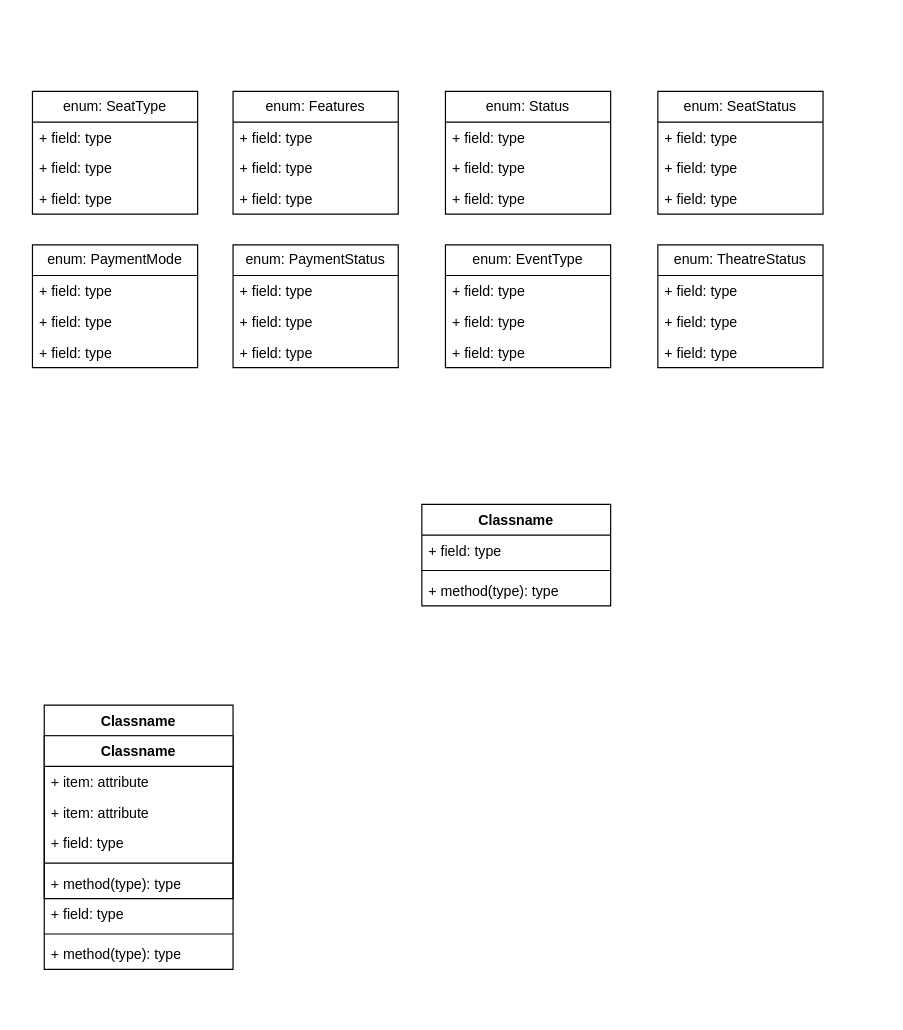
Before: BookMySHow.drawio in surajnaik90/Architectures-Designs, a draw.io diagram. Source tidied: cells renumbered, new cells numbered last; positions are measured from the earlier drawing's top-left corner, leaving out a move shared by most shapes. Both pictures are drawn from the tidied source at 118%, with x=0, y=0 at pixel (32, 91).
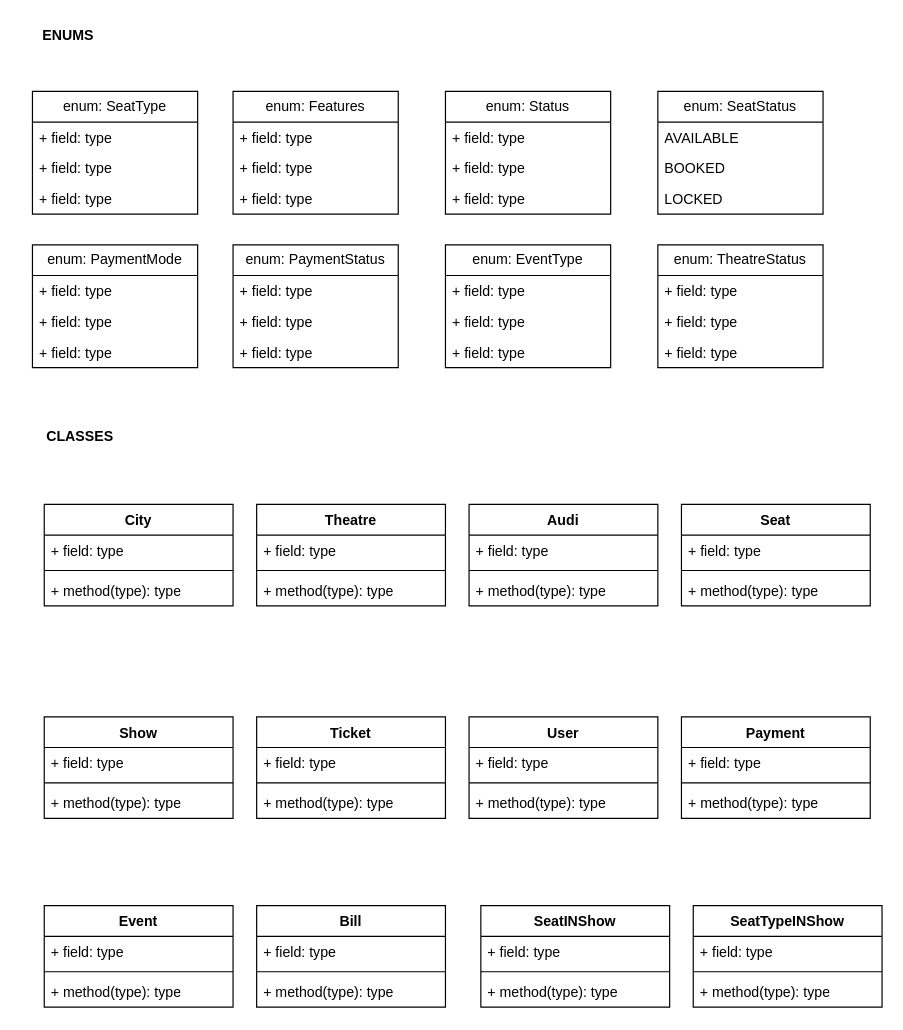
The same page after the edit.

Unchanged cells that the change refers to:
```xml
<mxCell id="28" value="enum: SeatStatus" style="swimlane;fontStyle=0;horizontal=1;startSize=26;fillColor=none;whiteSpace=wrap;html=1;" parent="1" vertex="1">
  <mxGeometry x="530" width="140" height="104" as="geometry" />
</mxCell>
```

Change to the diagram source:
```diff
@@
-    <mxCell id="2" value="Classname" style="swimlane;fontStyle=1;align=center;verticalAlign=top;horizontal=1;startSize=26;whiteSpace=wrap;html=1;" parent="1" vertex="1">
-      <mxGeometry x="330" y="350" width="160" height="86" as="geometry" />
+    <mxCell id="2" value="Theatre" style="swimlane;fontStyle=1;align=center;verticalAlign=top;horizontal=1;startSize=26;whiteSpace=wrap;html=1;" parent="1" vertex="1">
+      <mxGeometry x="190" y="350" width="160" height="86" as="geometry" />
     </mxCell>
@@
-    <mxCell id="10" value="Classname" style="swimlane;fontStyle=1;align=center;verticalAlign=top;horizontal=1;startSize=26;whiteSpace=wrap;html=1;" parent="1" vertex="1">
-      <mxGeometry x="10" y="520" width="160" height="224" as="geometry" />
-    </mxCell>
-    <mxCell id="11" value="Classname" style="swimlane;fontStyle=1;align=center;verticalAlign=top;horizontal=1;startSize=26;whiteSpace=wrap;html=1;" parent="10" vertex="1">
-      <mxGeometry y="26" width="160" height="138" as="geometry" />
-    </mxCell>
-    <mxCell id="12" value="+ item: attribute" style="text;strokeColor=none;fillColor=none;align=left;verticalAlign=top;spacingLeft=4;spacingRight=4;overflow=hidden;whiteSpace=wrap;html=1;" parent="11" vertex="1">
-      <mxGeometry y="26" width="160" height="26" as="geometry" />
-    </mxCell>
-    <mxCell id="13" value="+ item: attribute" style="text;strokeColor=none;fillColor=none;align=left;verticalAlign=top;spacingLeft=4;spacingRight=4;overflow=hidden;whiteSpace=wrap;html=1;" parent="11" vertex="1">
-      <mxGeometry y="52" width="160" height="26" as="geometry" />
-    </mxCell>
-    <mxCell id="14" value="+ field: type" style="text;strokeColor=none;fillColor=none;align=left;verticalAlign=top;spacingLeft=4;spacingRight=4;overflow=hidden;whiteSpace=wrap;html=1;" parent="11" vertex="1">
-      <mxGeometry y="78" width="160" height="26" as="geometry" />
-    </mxCell>
-    <mxCell id="15" style="line;strokeWidth=1;fillColor=none;align=left;verticalAlign=middle;spacingTop=-1;spacingLeft=3;spacingRight=3;labelPosition=right;strokeColor=inherit;" parent="11" vertex="1">
-      <mxGeometry y="104" width="160" height="8" as="geometry" />
-    </mxCell>
-    <mxCell id="16" value="+ method(type): type" style="text;strokeColor=none;fillColor=none;align=left;verticalAlign=top;spacingLeft=4;spacingRight=4;overflow=hidden;whiteSpace=wrap;html=1;" parent="11" vertex="1">
-      <mxGeometry y="112" width="160" height="26" as="geometry" />
-    </mxCell>
-    <mxCell id="17" value="+ field: type" style="text;strokeColor=none;fillColor=none;align=left;verticalAlign=top;spacingLeft=4;spacingRight=4;overflow=hidden;whiteSpace=wrap;html=1;" parent="10" vertex="1">
-      <mxGeometry y="164" width="160" height="26" as="geometry" />
-    </mxCell>
-    <mxCell id="18" style="line;strokeWidth=1;fillColor=none;align=left;verticalAlign=middle;spacingTop=-1;spacingLeft=3;spacingRight=3;labelPosition=right;strokeColor=inherit;" parent="10" vertex="1">
-      <mxGeometry y="190" width="160" height="8" as="geometry" />
-    </mxCell>
-    <mxCell id="19" value="+ method(type): type" style="text;strokeColor=none;fillColor=none;align=left;verticalAlign=top;spacingLeft=4;spacingRight=4;overflow=hidden;whiteSpace=wrap;html=1;" parent="10" vertex="1">
-      <mxGeometry y="198" width="160" height="26" as="geometry" />
-    </mxCell>
@@
-    <mxCell id="29" value="+ field: type" style="text;strokeColor=none;fillColor=none;align=left;verticalAlign=top;spacingLeft=4;spacingRight=4;overflow=hidden;whiteSpace=wrap;html=1;" parent="28" vertex="1">
+    <mxCell id="29" value="AVAILABLE" style="text;strokeColor=none;fillColor=none;align=left;verticalAlign=top;spacingLeft=4;spacingRight=4;overflow=hidden;whiteSpace=wrap;html=1;" parent="28" vertex="1">
       <mxGeometry y="26" width="140" height="26" as="geometry" />
     </mxCell>
-    <mxCell id="30" value="+ field: type" style="text;strokeColor=none;fillColor=none;align=left;verticalAlign=top;spacingLeft=4;spacingRight=4;overflow=hidden;whiteSpace=wrap;html=1;" parent="28" vertex="1">
+    <mxCell id="30" value="BOOKED" style="text;strokeColor=none;fillColor=none;align=left;verticalAlign=top;spacingLeft=4;spacingRight=4;overflow=hidden;whiteSpace=wrap;html=1;" parent="28" vertex="1">
       <mxGeometry y="52" width="140" height="26" as="geometry" />
     </mxCell>
-    <mxCell id="31" value="+ field: type" style="text;strokeColor=none;fillColor=none;align=left;verticalAlign=top;spacingLeft=4;spacingRight=4;overflow=hidden;whiteSpace=wrap;html=1;" parent="28" vertex="1">
+    <mxCell id="31" value="LOCKED" style="text;strokeColor=none;fillColor=none;align=left;verticalAlign=top;spacingLeft=4;spacingRight=4;overflow=hidden;whiteSpace=wrap;html=1;" parent="28" vertex="1">
       <mxGeometry y="78" width="140" height="26" as="geometry" />
     </mxCell>
@@
+    <mxCell id="48" value="City" style="swimlane;fontStyle=1;align=center;verticalAlign=top;horizontal=1;startSize=26;whiteSpace=wrap;html=1;" parent="1" vertex="1">
+      <mxGeometry x="10" y="350" width="160" height="86" as="geometry" />
+    </mxCell>
+    <mxCell id="49" value="+ field: type" style="text;strokeColor=none;fillColor=none;align=left;verticalAlign=top;spacingLeft=4;spacingRight=4;overflow=hidden;whiteSpace=wrap;html=1;" parent="48" vertex="1">
+      <mxGeometry y="26" width="160" height="26" as="geometry" />
+    </mxCell>
+    <mxCell id="50" style="line;strokeWidth=1;fillColor=none;align=left;verticalAlign=middle;spacingTop=-1;spacingLeft=3;spacingRight=3;labelPosition=right;strokeColor=inherit;" parent="48" vertex="1">
+      <mxGeometry y="52" width="160" height="8" as="geometry" />
+    </mxCell>
+    <mxCell id="51" value="+ method(type): type" style="text;strokeColor=none;fillColor=none;align=left;verticalAlign=top;spacingLeft=4;spacingRight=4;overflow=hidden;whiteSpace=wrap;html=1;" parent="48" vertex="1">
+      <mxGeometry y="60" width="160" height="26" as="geometry" />
+    </mxCell>
+    <mxCell id="52" value="Audi" style="swimlane;fontStyle=1;align=center;verticalAlign=top;horizontal=1;startSize=26;whiteSpace=wrap;html=1;" parent="1" vertex="1">
+      <mxGeometry x="370" y="350" width="160" height="86" as="geometry" />
+    </mxCell>
+    <mxCell id="53" value="+ field: type" style="text;strokeColor=none;fillColor=none;align=left;verticalAlign=top;spacingLeft=4;spacingRight=4;overflow=hidden;whiteSpace=wrap;html=1;" parent="52" vertex="1">
+      <mxGeometry y="26" width="160" height="26" as="geometry" />
+    </mxCell>
+    <mxCell id="54" style="line;strokeWidth=1;fillColor=none;align=left;verticalAlign=middle;spacingTop=-1;spacingLeft=3;spacingRight=3;labelPosition=right;strokeColor=inherit;" parent="52" vertex="1">
+      <mxGeometry y="52" width="160" height="8" as="geometry" />
+    </mxCell>
+    <mxCell id="55" value="+ method(type): type" style="text;strokeColor=none;fillColor=none;align=left;verticalAlign=top;spacingLeft=4;spacingRight=4;overflow=hidden;whiteSpace=wrap;html=1;" parent="52" vertex="1">
+      <mxGeometry y="60" width="160" height="26" as="geometry" />
+    </mxCell>
+    <mxCell id="56" value="Seat" style="swimlane;fontStyle=1;align=center;verticalAlign=top;horizontal=1;startSize=26;whiteSpace=wrap;html=1;" parent="1" vertex="1">
+      <mxGeometry x="550" y="350" width="160" height="86" as="geometry" />
+    </mxCell>
+    <mxCell id="57" value="+ field: type" style="text;strokeColor=none;fillColor=none;align=left;verticalAlign=top;spacingLeft=4;spacingRight=4;overflow=hidden;whiteSpace=wrap;html=1;" parent="56" vertex="1">
+      <mxGeometry y="26" width="160" height="26" as="geometry" />
+    </mxCell>
+    <mxCell id="58" style="line;strokeWidth=1;fillColor=none;align=left;verticalAlign=middle;spacingTop=-1;spacingLeft=3;spacingRight=3;labelPosition=right;strokeColor=inherit;" parent="56" vertex="1">
+      <mxGeometry y="52" width="160" height="8" as="geometry" />
+    </mxCell>
+    <mxCell id="59" value="+ method(type): type" style="text;strokeColor=none;fillColor=none;align=left;verticalAlign=top;spacingLeft=4;spacingRight=4;overflow=hidden;whiteSpace=wrap;html=1;" parent="56" vertex="1">
+      <mxGeometry y="60" width="160" height="26" as="geometry" />
+    </mxCell>
+    <mxCell id="60" value="Show" style="swimlane;fontStyle=1;align=center;verticalAlign=top;horizontal=1;startSize=26;whiteSpace=wrap;html=1;" parent="1" vertex="1">
+      <mxGeometry x="10" y="530" width="160" height="86" as="geometry" />
+    </mxCell>
+    <mxCell id="61" value="+ field: type" style="text;strokeColor=none;fillColor=none;align=left;verticalAlign=top;spacingLeft=4;spacingRight=4;overflow=hidden;whiteSpace=wrap;html=1;" parent="60" vertex="1">
+      <mxGeometry y="26" width="160" height="26" as="geometry" />
+    </mxCell>
+    <mxCell id="62" style="line;strokeWidth=1;fillColor=none;align=left;verticalAlign=middle;spacingTop=-1;spacingLeft=3;spacingRight=3;labelPosition=right;strokeColor=inherit;" parent="60" vertex="1">
+      <mxGeometry y="52" width="160" height="8" as="geometry" />
+    </mxCell>
+    <mxCell id="63" value="+ method(type): type" style="text;strokeColor=none;fillColor=none;align=left;verticalAlign=top;spacingLeft=4;spacingRight=4;overflow=hidden;whiteSpace=wrap;html=1;" parent="60" vertex="1">
+      <mxGeometry y="60" width="160" height="26" as="geometry" />
+    </mxCell>
+    <mxCell id="64" value="Ticket" style="swimlane;fontStyle=1;align=center;verticalAlign=top;horizontal=1;startSize=26;whiteSpace=wrap;html=1;" parent="1" vertex="1">
+      <mxGeometry x="190" y="530" width="160" height="86" as="geometry" />
+    </mxCell>
+    <mxCell id="65" value="+ field: type" style="text;strokeColor=none;fillColor=none;align=left;verticalAlign=top;spacingLeft=4;spacingRight=4;overflow=hidden;whiteSpace=wrap;html=1;" parent="64" vertex="1">
+      <mxGeometry y="26" width="160" height="26" as="geometry" />
+    </mxCell>
+    <mxCell id="66" style="line;strokeWidth=1;fillColor=none;align=left;verticalAlign=middle;spacingTop=-1;spacingLeft=3;spacingRight=3;labelPosition=right;strokeColor=inherit;" parent="64" vertex="1">
+      <mxGeometry y="52" width="160" height="8" as="geometry" />
+    </mxCell>
+    <mxCell id="67" value="+ method(type): type" style="text;strokeColor=none;fillColor=none;align=left;verticalAlign=top;spacingLeft=4;spacingRight=4;overflow=hidden;whiteSpace=wrap;html=1;" parent="64" vertex="1">
+      <mxGeometry y="60" width="160" height="26" as="geometry" />
+    </mxCell>
+    <mxCell id="68" value="User" style="swimlane;fontStyle=1;align=center;verticalAlign=top;horizontal=1;startSize=26;whiteSpace=wrap;html=1;" parent="1" vertex="1">
+      <mxGeometry x="370" y="530" width="160" height="86" as="geometry" />
+    </mxCell>
+    <mxCell id="69" value="+ field: type" style="text;strokeColor=none;fillColor=none;align=left;verticalAlign=top;spacingLeft=4;spacingRight=4;overflow=hidden;whiteSpace=wrap;html=1;" parent="68" vertex="1">
+      <mxGeometry y="26" width="160" height="26" as="geometry" />
+    </mxCell>
+    <mxCell id="70" style="line;strokeWidth=1;fillColor=none;align=left;verticalAlign=middle;spacingTop=-1;spacingLeft=3;spacingRight=3;labelPosition=right;strokeColor=inherit;" parent="68" vertex="1">
+      <mxGeometry y="52" width="160" height="8" as="geometry" />
+    </mxCell>
+    <mxCell id="71" value="+ method(type): type" style="text;strokeColor=none;fillColor=none;align=left;verticalAlign=top;spacingLeft=4;spacingRight=4;overflow=hidden;whiteSpace=wrap;html=1;" parent="68" vertex="1">
+      <mxGeometry y="60" width="160" height="26" as="geometry" />
+    </mxCell>
+    <mxCell id="72" value="Payment" style="swimlane;fontStyle=1;align=center;verticalAlign=top;horizontal=1;startSize=26;whiteSpace=wrap;html=1;" parent="1" vertex="1">
+      <mxGeometry x="550" y="530" width="160" height="86" as="geometry" />
+    </mxCell>
+    <mxCell id="73" value="+ field: type" style="text;strokeColor=none;fillColor=none;align=left;verticalAlign=top;spacingLeft=4;spacingRight=4;overflow=hidden;whiteSpace=wrap;html=1;" parent="72" vertex="1">
+      <mxGeometry y="26" width="160" height="26" as="geometry" />
+    </mxCell>
+    <mxCell id="74" style="line;strokeWidth=1;fillColor=none;align=left;verticalAlign=middle;spacingTop=-1;spacingLeft=3;spacingRight=3;labelPosition=right;strokeColor=inherit;" parent="72" vertex="1">
+      <mxGeometry y="52" width="160" height="8" as="geometry" />
+    </mxCell>
+    <mxCell id="75" value="+ method(type): type" style="text;strokeColor=none;fillColor=none;align=left;verticalAlign=top;spacingLeft=4;spacingRight=4;overflow=hidden;whiteSpace=wrap;html=1;" parent="72" vertex="1">
+      <mxGeometry y="60" width="160" height="26" as="geometry" />
+    </mxCell>
+    <mxCell id="76" value="Event" style="swimlane;fontStyle=1;align=center;verticalAlign=top;horizontal=1;startSize=26;whiteSpace=wrap;html=1;" parent="1" vertex="1">
+      <mxGeometry x="10" y="690" width="160" height="86" as="geometry" />
+    </mxCell>
+    <mxCell id="77" value="+ field: type" style="text;strokeColor=none;fillColor=none;align=left;verticalAlign=top;spacingLeft=4;spacingRight=4;overflow=hidden;whiteSpace=wrap;html=1;" parent="76" vertex="1">
+      <mxGeometry y="26" width="160" height="26" as="geometry" />
+    </mxCell>
+    <mxCell id="78" style="line;strokeWidth=1;fillColor=none;align=left;verticalAlign=middle;spacingTop=-1;spacingLeft=3;spacingRight=3;labelPosition=right;strokeColor=inherit;" parent="76" vertex="1">
+      <mxGeometry y="52" width="160" height="8" as="geometry" />
+    </mxCell>
+    <mxCell id="79" value="+ method(type): type" style="text;strokeColor=none;fillColor=none;align=left;verticalAlign=top;spacingLeft=4;spacingRight=4;overflow=hidden;whiteSpace=wrap;html=1;" parent="76" vertex="1">
+      <mxGeometry y="60" width="160" height="26" as="geometry" />
+    </mxCell>
+    <mxCell id="80" value="Bill" style="swimlane;fontStyle=1;align=center;verticalAlign=top;horizontal=1;startSize=26;whiteSpace=wrap;html=1;" parent="1" vertex="1">
+      <mxGeometry x="190" y="690" width="160" height="86" as="geometry" />
+    </mxCell>
+    <mxCell id="81" value="+ field: type" style="text;strokeColor=none;fillColor=none;align=left;verticalAlign=top;spacingLeft=4;spacingRight=4;overflow=hidden;whiteSpace=wrap;html=1;" parent="80" vertex="1">
+      <mxGeometry y="26" width="160" height="26" as="geometry" />
+    </mxCell>
+    <mxCell id="82" style="line;strokeWidth=1;fillColor=none;align=left;verticalAlign=middle;spacingTop=-1;spacingLeft=3;spacingRight=3;labelPosition=right;strokeColor=inherit;" parent="80" vertex="1">
+      <mxGeometry y="52" width="160" height="8" as="geometry" />
+    </mxCell>
+    <mxCell id="83" value="+ method(type): type" style="text;strokeColor=none;fillColor=none;align=left;verticalAlign=top;spacingLeft=4;spacingRight=4;overflow=hidden;whiteSpace=wrap;html=1;" parent="80" vertex="1">
+      <mxGeometry y="60" width="160" height="26" as="geometry" />
+    </mxCell>
+    <mxCell id="84" value="SeatINShow" style="swimlane;fontStyle=1;align=center;verticalAlign=top;horizontal=1;startSize=26;whiteSpace=wrap;html=1;" parent="1" vertex="1">
+      <mxGeometry x="380" y="690" width="160" height="86" as="geometry" />
+    </mxCell>
+    <mxCell id="85" value="+ field: type" style="text;strokeColor=none;fillColor=none;align=left;verticalAlign=top;spacingLeft=4;spacingRight=4;overflow=hidden;whiteSpace=wrap;html=1;" parent="84" vertex="1">
+      <mxGeometry y="26" width="160" height="26" as="geometry" />
+    </mxCell>
+    <mxCell id="86" style="line;strokeWidth=1;fillColor=none;align=left;verticalAlign=middle;spacingTop=-1;spacingLeft=3;spacingRight=3;labelPosition=right;strokeColor=inherit;" parent="84" vertex="1">
+      <mxGeometry y="52" width="160" height="8" as="geometry" />
+    </mxCell>
+    <mxCell id="87" value="+ method(type): type" style="text;strokeColor=none;fillColor=none;align=left;verticalAlign=top;spacingLeft=4;spacingRight=4;overflow=hidden;whiteSpace=wrap;html=1;" parent="84" vertex="1">
+      <mxGeometry y="60" width="160" height="26" as="geometry" />
+    </mxCell>
+    <mxCell id="88" value="SeatTypeINShow" style="swimlane;fontStyle=1;align=center;verticalAlign=top;horizontal=1;startSize=26;whiteSpace=wrap;html=1;" parent="1" vertex="1">
+      <mxGeometry x="560" y="690" width="160" height="86" as="geometry" />
+    </mxCell>
+    <mxCell id="89" value="+ field: type" style="text;strokeColor=none;fillColor=none;align=left;verticalAlign=top;spacingLeft=4;spacingRight=4;overflow=hidden;whiteSpace=wrap;html=1;" parent="88" vertex="1">
+      <mxGeometry y="26" width="160" height="26" as="geometry" />
+    </mxCell>
+    <mxCell id="90" style="line;strokeWidth=1;fillColor=none;align=left;verticalAlign=middle;spacingTop=-1;spacingLeft=3;spacingRight=3;labelPosition=right;strokeColor=inherit;" parent="88" vertex="1">
+      <mxGeometry y="52" width="160" height="8" as="geometry" />
+    </mxCell>
+    <mxCell id="91" value="+ method(type): type" style="text;strokeColor=none;fillColor=none;align=left;verticalAlign=top;spacingLeft=4;spacingRight=4;overflow=hidden;whiteSpace=wrap;html=1;" parent="88" vertex="1">
+      <mxGeometry y="60" width="160" height="26" as="geometry" />
+    </mxCell>
+    <mxCell id="92" value="ENUMS" style="text;align=center;fontStyle=1;verticalAlign=middle;spacingLeft=3;spacingRight=3;strokeColor=none;html=1;" parent="1" vertex="1">
+      <mxGeometry x="-10" y="-60" width="80" height="26" as="geometry" />
+    </mxCell>
+    <mxCell id="93" value="CLASSES" style="text;align=center;fontStyle=1;verticalAlign=middle;spacingLeft=3;spacingRight=3;strokeColor=none;html=1;" parent="1" vertex="1">
+      <mxGeometry y="280" width="80" height="26" as="geometry" />
+    </mxCell>
```
